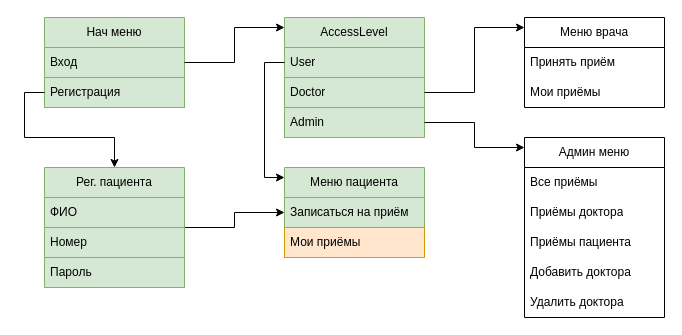
Before: doc/interface.drawio in Zzior/clinic-app, a draw.io diagram. Source tidied: cells renumbered, new cells numbered last; positions are measured from the earlier drawing's top-left corner, leaving out a move shared by most shapes. Both pictures are drawn from the tidied source at 100%, with x=0, y=0 at pixel (44, 17).
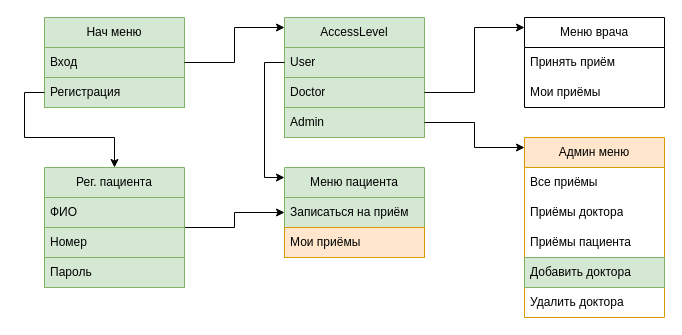
The same diagram, later.

What changed in the source:
```diff
@@
-    <mxCell id="5" value="Админ меню" style="swimlane;fontStyle=0;horizontal=1;startSize=30;whiteSpace=wrap;html=1;" parent="1" vertex="1">
+    <mxCell id="5" value="Админ меню" style="swimlane;fontStyle=0;horizontal=1;startSize=30;whiteSpace=wrap;html=1;fillColor=#ffe6cc;strokeColor=#d79b00;" parent="1" vertex="1">
       <mxGeometry x="480" y="120" width="140" height="180" as="geometry" />
     </mxCell>
@@
-    <mxCell id="9" value="Добавить доктора" style="text;strokeColor=none;fillColor=none;align=left;verticalAlign=middle;spacingLeft=4;spacingRight=4;overflow=hidden;whiteSpace=wrap;html=1;" parent="5" vertex="1">
+    <mxCell id="9" value="Добавить доктора" style="text;strokeColor=#82b366;fillColor=#d5e8d4;align=left;verticalAlign=middle;spacingLeft=4;spacingRight=4;overflow=hidden;whiteSpace=wrap;html=1;" parent="5" vertex="1">
       <mxGeometry y="120" width="140" height="30" as="geometry" />
     </mxCell>
```
